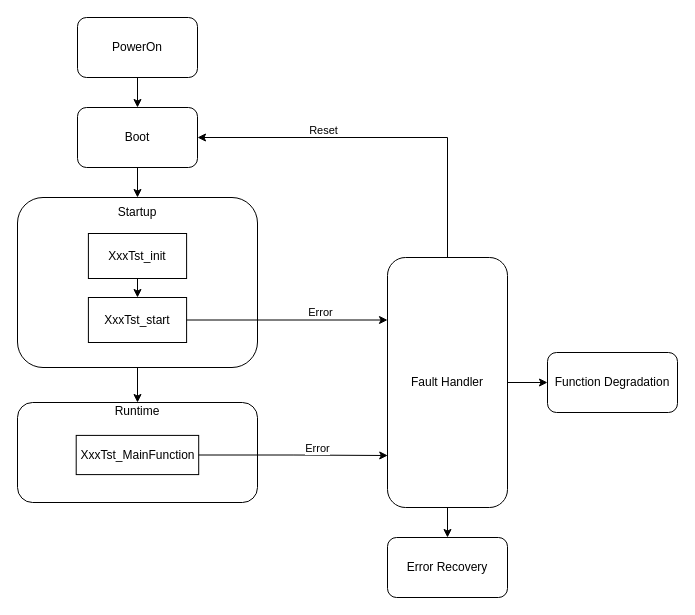
Before: page "第 2 页" (2 of 2) of safetyFrame.drawio in hehenihao/chart, a draw.io diagram. Source tidied: cells renumbered, new cells numbered last; positions are measured from the earlier drawing's top-left corner, leaving out a move shared by most shapes. Both pictures are drawn from the tidied source at 100%, with x=0, y=0 at pixel (17, 17).
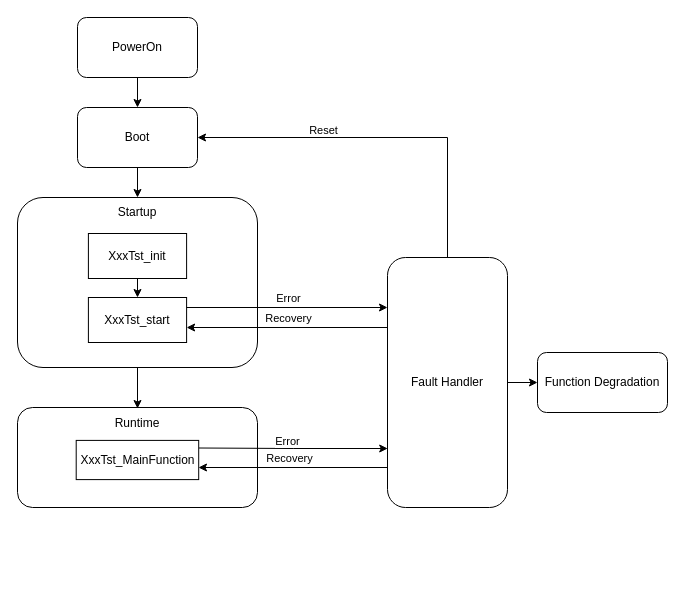
After the change.

The change refers to these unchanged cells:
```xml
<mxCell id="4" style="group;" parent="1" vertex="1">
  <mxGeometry y="180" width="240" height="170" as="geometry" />
</mxCell>
<mxCell id="7" value="XxxTst_start" style="rounded=0;whiteSpace=wrap;html=1;" parent="4" vertex="1">
  <mxGeometry x="70.9" y="100" width="98.2" height="45" as="geometry" />
</mxCell>
<mxCell id="21" value="Fault Handler" style="rounded=1;whiteSpace=wrap;html=1;" parent="1" vertex="1">
  <mxGeometry x="370" y="240" width="120" height="250" as="geometry" />
</mxCell>
```

Change to the diagram source:
```diff
@@
+    <mxCell id="28" style="group;" parent="1" vertex="1">
+      <mxGeometry y="390" width="240" height="100" as="geometry" />
+    </mxCell>
+    <mxCell id="11" style="rounded=1;whiteSpace=wrap;html=1;" parent="28" vertex="1">
+      <mxGeometry width="240" height="100" as="geometry" />
+    </mxCell>
+    <mxCell id="12" value="Runtime" style="text;html=1;whiteSpace=wrap;strokeColor=none;fillColor=none;align=center;verticalAlign=middle;rounded=0;" parent="28" vertex="1">
+      <mxGeometry x="105.9" y="1" width="28.2" height="29" as="geometry" />
+    </mxCell>
@@
-    <mxCell id="10" style="group;" parent="1" vertex="1">
-      <mxGeometry y="385" width="240" height="105" as="geometry" />
-    </mxCell>
-    <mxCell id="11" style="rounded=1;whiteSpace=wrap;html=1;" parent="10" vertex="1">
-      <mxGeometry width="240" height="100" as="geometry" />
-    </mxCell>
-    <mxCell id="12" value="Runtime" style="text;html=1;whiteSpace=wrap;strokeColor=none;fillColor=none;align=center;verticalAlign=middle;rounded=0;" parent="10" vertex="1">
-      <mxGeometry x="105.9" width="28.2" height="18.5" as="geometry" />
-    </mxCell>
-    <mxCell id="13" value="XxxTst_MainFunction" style="rounded=0;whiteSpace=wrap;html=1;" parent="10" vertex="1">
-      <mxGeometry x="58.7" y="32.9" width="122.5" height="39.2" as="geometry" />
-    </mxCell>
+    <mxCell id="29" style="edgeStyle=orthogonalEdgeStyle;rounded=0;orthogonalLoop=1;jettySize=auto;html=1;exitX=1;exitY=0.5;exitDx=0;exitDy=0;entryX=0;entryY=0.25;entryDx=0;entryDy=0;startArrow=classic;startFill=1;endArrow=none;endFill=0;" parent="4" edge="1">
+      <mxGeometry relative="1" as="geometry">
+        <mxPoint x="169.1" y="130" as="sourcePoint" />
+        <mxPoint x="370" y="130" as="targetPoint" />
+      </mxGeometry>
+    </mxCell>
+    <mxCell id="30" value="Recovery" style="edgeLabel;html=1;align=center;verticalAlign=middle;" parent="29" vertex="1">
+      <mxGeometry x="0.32" y="2" relative="1" as="geometry">
+        <mxPoint x="-32" y="-8" as="offset" />
+      </mxGeometry>
+    </mxCell>
@@
-    <mxCell id="20" style="edgeStyle=orthogonalEdgeStyle;rounded=0;jettySize=auto;html=1;" parent="1" edge="1" source="21" target="27">
-      <mxGeometry relative="1" as="geometry" />
-    </mxCell>
@@
-    <mxCell id="22" style="edgeStyle=orthogonalEdgeStyle;rounded=0;jettySize=auto;html=1;exitX=1;exitY=0.5;exitDx=0;exitDy=0;entryX=0;entryY=0.25;entryDx=0;entryDy=0;" parent="1" edge="1" source="7" target="21">
-      <mxGeometry relative="1" as="geometry" />
+    <mxCell id="22" style="edgeStyle=orthogonalEdgeStyle;rounded=0;orthogonalLoop=1;jettySize=auto;html=1;exitX=1;exitY=0.5;exitDx=0;exitDy=0;entryX=0;entryY=0.25;entryDx=0;entryDy=0;" parent="1" edge="1">
+      <mxGeometry relative="1" as="geometry">
+        <mxPoint x="169.1" y="290" as="sourcePoint" />
+        <mxPoint x="370" y="290" as="targetPoint" />
+      </mxGeometry>
     </mxCell>
     <mxCell id="23" value="Error" style="edgeLabel;html=1;align=center;verticalAlign=middle;" parent="22" vertex="1">
       <mxGeometry x="0.32" y="2" relative="1" as="geometry">
-        <mxPoint y="-6" as="offset" />
+        <mxPoint x="-32" y="-8" as="offset" />
       </mxGeometry>
     </mxCell>
-    <mxCell id="24" style="edgeStyle=orthogonalEdgeStyle;rounded=0;jettySize=auto;html=1;exitX=1;exitY=0.5;exitDx=0;exitDy=0;entryX=0.002;entryY=0.792;entryDx=0;entryDy=0;entryPerimeter=0;" parent="1" edge="1" source="13" target="21">
-      <mxGeometry relative="1" as="geometry" />
+    <mxCell id="24" style="edgeStyle=orthogonalEdgeStyle;rounded=0;orthogonalLoop=1;jettySize=auto;html=1;exitX=1;exitY=0.5;exitDx=0;exitDy=0;entryX=0.002;entryY=0.792;entryDx=0;entryDy=0;entryPerimeter=0;" parent="1" edge="1">
+      <mxGeometry relative="1" as="geometry">
+        <mxPoint x="181.3" y="430.5" as="sourcePoint" />
+        <mxPoint x="370.2" y="431" as="targetPoint" />
+      </mxGeometry>
     </mxCell>
     <mxCell id="25" value="Error" style="edgeLabel;html=1;align=center;verticalAlign=middle;" parent="24" vertex="1">
       <mxGeometry x="0.34" y="1" relative="1" as="geometry">
-        <mxPoint x="-8" y="-7" as="offset" />
+        <mxPoint x="-38" y="-7" as="offset" />
       </mxGeometry>
     </mxCell>
     <mxCell id="26" value="Function Degradation" style="whiteSpace=wrap;html=1;rounded=1;" parent="1" vertex="1">
-      <mxGeometry x="530" y="335" width="130" height="60" as="geometry" />
+      <mxGeometry x="520" y="335" width="130" height="60" as="geometry" />
     </mxCell>
-    <mxCell id="27" value="Error Recovery" style="whiteSpace=wrap;html=1;rounded=1;" parent="1" vertex="1">
-      <mxGeometry x="370" y="520" width="120" height="60" as="geometry" />
-    </mxCell>
+    <mxCell id="31" style="edgeStyle=orthogonalEdgeStyle;rounded=0;orthogonalLoop=1;jettySize=auto;html=1;exitX=1;exitY=0.5;exitDx=0;exitDy=0;startArrow=classic;startFill=1;endArrow=none;endFill=0;" parent="1" edge="1">
+      <mxGeometry relative="1" as="geometry">
+        <mxPoint x="181" y="450" as="sourcePoint" />
+        <mxPoint x="370" y="450" as="targetPoint" />
+      </mxGeometry>
+    </mxCell>
+    <mxCell id="32" value="Recovery" style="edgeLabel;html=1;align=center;verticalAlign=middle;" parent="31" vertex="1">
+      <mxGeometry x="0.32" y="2" relative="1" as="geometry">
+        <mxPoint x="-35" y="-8" as="offset" />
+      </mxGeometry>
+    </mxCell>
+    <mxCell id="13" value="XxxTst_MainFunction" style="rounded=0;whiteSpace=wrap;html=1;" parent="1" vertex="1">
+      <mxGeometry x="58.7" y="422.9" width="122.5" height="39.2" as="geometry" />
+    </mxCell>
```
